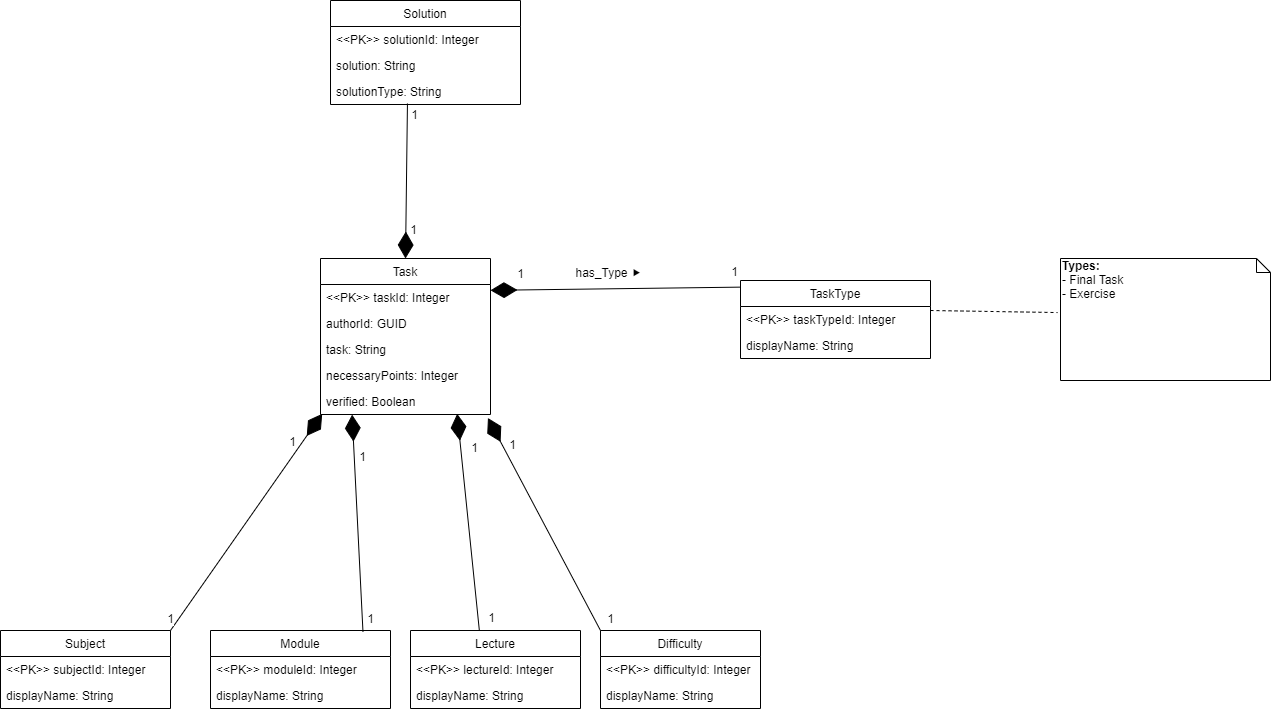
Earlier version of the draw.io export .docs/ER_Diagram_Task_MS_Database.png (E-Edu/task). Source tidied: cells renumbered, new cells last; positions are measured from the earlier drawing's top-left corner, leaving out a move shared by most shapes.
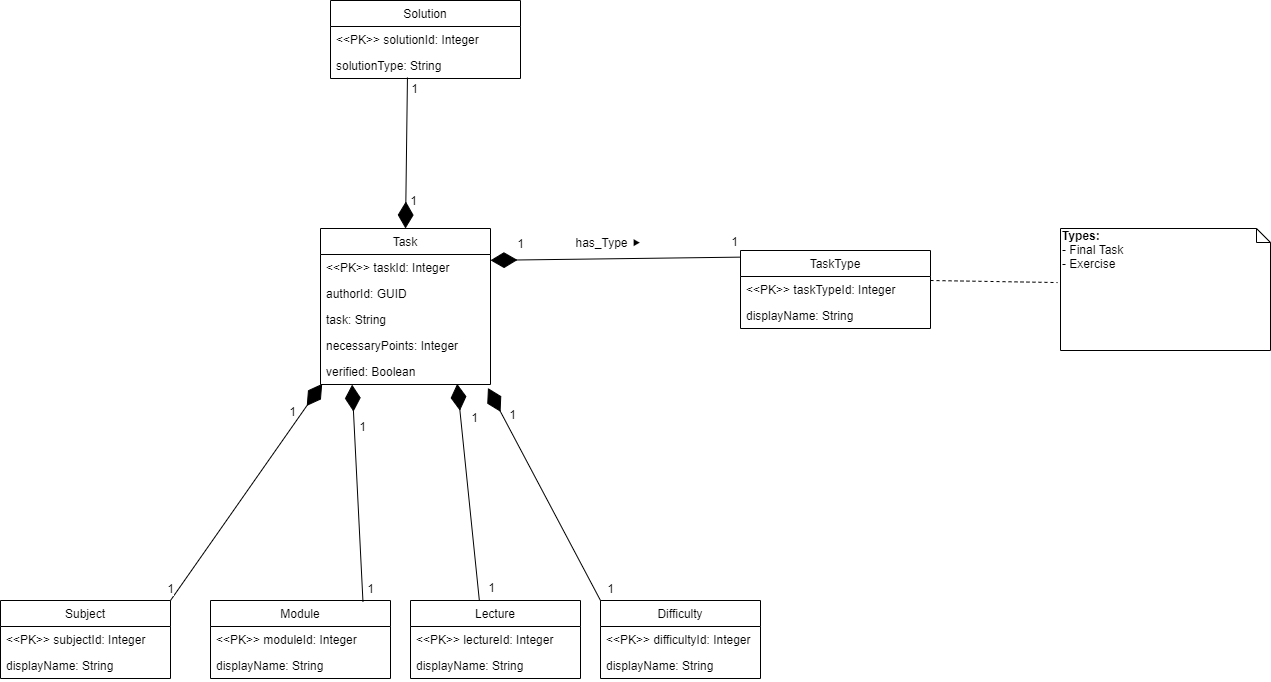
After the commit.

Commit message:
Removed solution attribute from Solution Table

The edit, as a diff of the source:
```diff
@@ -155,16 +155,13 @@
       <mxGeometry relative="1" as="geometry" />
     </mxCell>
     <mxCell id="44" value="Solution" style="swimlane;fontStyle=0;horizontal=1;startSize=26;fillColor=none;" parent="1" vertex="1">
-      <mxGeometry x="330" width="190" height="104" as="geometry" />
+      <mxGeometry x="330" y="30" width="190" height="78" as="geometry" />
     </mxCell>
     <mxCell id="45" value="&lt;&lt;PK&gt;&gt; solutionId: Integer" style="text;strokeColor=none;fillColor=none;align=left;verticalAlign=top;spacingLeft=4;spacingRight=4;overflow=hidden;" parent="44" vertex="1">
       <mxGeometry y="26" width="190" height="26" as="geometry" />
     </mxCell>
-    <mxCell id="46" value="solution: String" style="text;strokeColor=none;fillColor=none;align=left;verticalAlign=top;spacingLeft=4;spacingRight=4;overflow=hidden;" parent="44" vertex="1">
-      <mxGeometry y="52" width="190" height="26" as="geometry" />
-    </mxCell>
     <mxCell id="47" value="solutionType: String" style="text;strokeColor=none;fillColor=none;align=left;verticalAlign=top;spacingLeft=4;spacingRight=4;overflow=hidden;points=[[0,0.5],[1,0.5]];portConstraint=eastwest;" parent="44" vertex="1">
-      <mxGeometry y="78" width="190" height="26" as="geometry" />
+      <mxGeometry y="52" width="190" height="26" as="geometry" />
     </mxCell>
   </root>
 </mxGraphModel>
```
